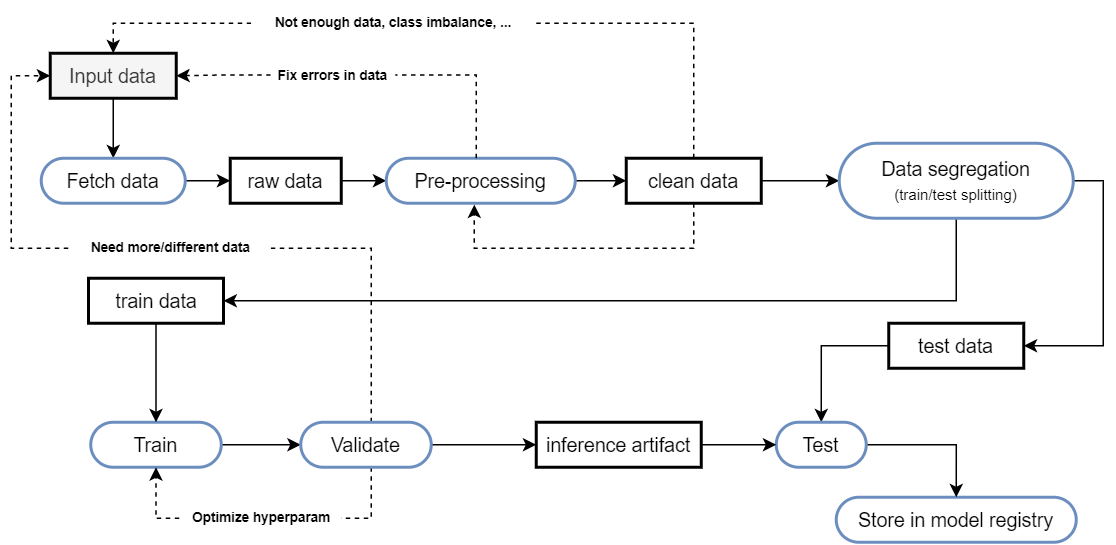
This is images/ml_pipeline_development.png from richardvlas/ML-pipeline-short-term-rental-prices-NYC, a draw.io export, as it was before one commit. Source tidied: cells renumbered, new cells last; positions are measured from the earlier drawing's top-left corner, leaving out a move shared by most shapes. Source of this version:
```xml
<mxGraphModel>
  <root>
    <mxCell id="0" />
    <mxCell id="1" parent="0" />
    <mxCell id="2" style="edgeStyle=orthogonalEdgeStyle;rounded=0;jettySize=auto;html=1;fontSize=13;" parent="1" edge="1" source="3" target="5">
      <mxGeometry relative="1" as="geometry" />
    </mxCell>
    <mxCell id="3" value="&lt;span style=&quot;font-size: 13px;&quot;&gt;Input data&lt;/span&gt;" style="rounded=0;whiteSpace=wrap;html=1;strokeWidth=2;fontSize=13;fillColor=#f5f5f5;strokeColor=#000000;fontColor=#333333;" parent="1" vertex="1">
      <mxGeometry x="26" y="35" width="84" height="30" as="geometry" />
    </mxCell>
    <mxCell id="4" style="edgeStyle=orthogonalEdgeStyle;rounded=0;jettySize=auto;html=1;fontSize=13;" parent="1" edge="1" source="5" target="7">
      <mxGeometry relative="1" as="geometry" />
    </mxCell>
    <mxCell id="5" value="&lt;font style=&quot;font-size: 13px;&quot;&gt;Fetch data&lt;/font&gt;" style="rounded=1;whiteSpace=wrap;html=1;fontSize=13;strokeWidth=2;arcSize=50;fillColor=#FFFFFF;strokeColor=#6c8ebf;shadow=0;" parent="1" vertex="1">
      <mxGeometry x="20" y="105" width="96" height="30" as="geometry" />
    </mxCell>
    <mxCell id="6" style="edgeStyle=orthogonalEdgeStyle;rounded=0;jettySize=auto;html=1;fontSize=13;" parent="1" edge="1" source="7" target="10">
      <mxGeometry relative="1" as="geometry" />
    </mxCell>
    <mxCell id="7" value="&lt;font style=&quot;font-size: 13px;&quot;&gt;raw data&lt;/font&gt;" style="rounded=0;whiteSpace=wrap;html=1;strokeWidth=2;fontSize=13;" parent="1" vertex="1">
      <mxGeometry x="146" y="105" width="74" height="30" as="geometry" />
    </mxCell>
    <mxCell id="8" style="edgeStyle=orthogonalEdgeStyle;rounded=0;jettySize=auto;html=1;fontSize=13;" parent="1" edge="1" source="10" target="14">
      <mxGeometry relative="1" as="geometry" />
    </mxCell>
    <mxCell id="9" style="edgeStyle=orthogonalEdgeStyle;rounded=0;jettySize=auto;html=1;entryX=1;entryY=0.5;entryDx=0;entryDy=0;dashed=1;fontSize=9;startArrow=none;" parent="1" edge="1" source="35" target="3">
      <mxGeometry relative="1" as="geometry" />
    </mxCell>
    <mxCell id="10" value="Pre-processing" style="rounded=1;whiteSpace=wrap;html=1;fontSize=13;strokeWidth=2;arcSize=50;fillColor=#FFFFFF;strokeColor=#6c8ebf;" parent="1" vertex="1">
      <mxGeometry x="250" y="105" width="126" height="30" as="geometry" />
    </mxCell>
    <mxCell id="11" style="edgeStyle=orthogonalEdgeStyle;rounded=0;jettySize=auto;html=1;fontSize=13;" parent="1" edge="1" source="14" target="18">
      <mxGeometry relative="1" as="geometry" />
    </mxCell>
    <mxCell id="12" style="edgeStyle=orthogonalEdgeStyle;rounded=0;jettySize=auto;html=1;entryX=0.466;entryY=1.029;entryDx=0;entryDy=0;entryPerimeter=0;dashed=1;fontSize=9;" parent="1" edge="1" source="14" target="10">
      <mxGeometry relative="1" as="geometry">
        <Array as="points">
          <mxPoint x="455" y="165" />
          <mxPoint x="309" y="165" />
        </Array>
      </mxGeometry>
    </mxCell>
    <mxCell id="13" style="edgeStyle=orthogonalEdgeStyle;rounded=0;jettySize=auto;html=1;entryX=0.5;entryY=0;entryDx=0;entryDy=0;dashed=1;fontSize=9;startArrow=none;" parent="1" edge="1" source="37" target="3">
      <mxGeometry relative="1" as="geometry">
        <Array as="points">
          <mxPoint x="68" y="15" />
        </Array>
      </mxGeometry>
    </mxCell>
    <mxCell id="14" value="&lt;font style=&quot;font-size: 13px;&quot;&gt;clean data&lt;/font&gt;" style="rounded=0;whiteSpace=wrap;html=1;strokeWidth=2;fontSize=13;" parent="1" vertex="1">
      <mxGeometry x="410" y="105" width="90" height="30" as="geometry" />
    </mxCell>
    <mxCell id="15" value="&lt;font style=&quot;font-size: 13px;&quot;&gt;Store in model registry&lt;/font&gt;" style="rounded=1;whiteSpace=wrap;html=1;fontSize=13;strokeWidth=2;arcSize=50;fillColor=none;strokeColor=#6c8ebf;" parent="1" vertex="1">
      <mxGeometry x="550" y="331" width="160" height="30" as="geometry" />
    </mxCell>
    <mxCell id="16" style="edgeStyle=orthogonalEdgeStyle;rounded=0;jettySize=auto;html=1;entryX=1;entryY=0.5;entryDx=0;entryDy=0;fontSize=13;" parent="1" edge="1" source="18" target="26">
      <mxGeometry relative="1" as="geometry">
        <Array as="points">
          <mxPoint x="630" y="200" />
        </Array>
      </mxGeometry>
    </mxCell>
    <mxCell id="17" style="edgeStyle=orthogonalEdgeStyle;rounded=0;jettySize=auto;html=1;entryX=1;entryY=0.5;entryDx=0;entryDy=0;fontSize=13;" parent="1" edge="1" source="18" target="20">
      <mxGeometry relative="1" as="geometry">
        <Array as="points">
          <mxPoint x="728" y="120" />
          <mxPoint x="728" y="230" />
        </Array>
      </mxGeometry>
    </mxCell>
    <mxCell id="18" value="Data segregation&lt;br style=&quot;font-size: 13px&quot;&gt;&lt;font size=&quot;1&quot;&gt;(train/test splitting)&lt;/font&gt;" style="rounded=1;whiteSpace=wrap;html=1;fontSize=13;strokeWidth=2;arcSize=50;fillColor=#FFFFFF;strokeColor=#6c8ebf;" parent="1" vertex="1">
      <mxGeometry x="552" y="95" width="156" height="50" as="geometry" />
    </mxCell>
    <mxCell id="19" style="edgeStyle=orthogonalEdgeStyle;rounded=0;jettySize=auto;html=1;exitX=0;exitY=0.5;exitDx=0;exitDy=0;entryX=0.5;entryY=0;entryDx=0;entryDy=0;fontSize=13;" parent="1" edge="1" source="20" target="22">
      <mxGeometry relative="1" as="geometry" />
    </mxCell>
    <mxCell id="20" value="&lt;font style=&quot;font-size: 13px;&quot;&gt;test data&lt;/font&gt;" style="rounded=0;whiteSpace=wrap;html=1;strokeWidth=2;fontSize=13;" parent="1" vertex="1">
      <mxGeometry x="585" y="215" width="90" height="30" as="geometry" />
    </mxCell>
    <mxCell id="21" style="edgeStyle=orthogonalEdgeStyle;rounded=0;jettySize=auto;html=1;exitX=1;exitY=0.5;exitDx=0;exitDy=0;entryX=0.5;entryY=0;entryDx=0;entryDy=0;fontSize=13;" parent="1" edge="1" source="22" target="15">
      <mxGeometry relative="1" as="geometry" />
    </mxCell>
    <mxCell id="22" value="Test" style="rounded=1;whiteSpace=wrap;html=1;fontSize=13;strokeWidth=2;arcSize=50;fillColor=none;strokeColor=#6c8ebf;" parent="1" vertex="1">
      <mxGeometry x="510" y="281" width="60" height="30" as="geometry" />
    </mxCell>
    <mxCell id="23" style="edgeStyle=orthogonalEdgeStyle;rounded=0;jettySize=auto;html=1;fontSize=13;" parent="1" edge="1" source="24" target="32">
      <mxGeometry relative="1" as="geometry" />
    </mxCell>
    <mxCell id="24" value="&lt;font style=&quot;font-size: 13px;&quot;&gt;Train&lt;/font&gt;" style="rounded=1;whiteSpace=wrap;html=1;fontSize=13;strokeWidth=2;arcSize=50;fillColor=none;strokeColor=#6c8ebf;" parent="1" vertex="1">
      <mxGeometry x="53" y="281" width="87" height="30" as="geometry" />
    </mxCell>
    <mxCell id="25" style="edgeStyle=orthogonalEdgeStyle;rounded=0;jettySize=auto;html=1;entryX=0.5;entryY=0;entryDx=0;entryDy=0;fontSize=13;" parent="1" edge="1" source="26" target="24">
      <mxGeometry relative="1" as="geometry" />
    </mxCell>
    <mxCell id="26" value="&lt;font style=&quot;font-size: 13px;&quot;&gt;train data&lt;/font&gt;" style="rounded=0;whiteSpace=wrap;html=1;strokeWidth=2;fontSize=13;" parent="1" vertex="1">
      <mxGeometry x="51.5" y="185" width="90" height="30" as="geometry" />
    </mxCell>
    <mxCell id="27" style="edgeStyle=orthogonalEdgeStyle;rounded=0;jettySize=auto;html=1;entryX=0;entryY=0.5;entryDx=0;entryDy=0;fontSize=13;" parent="1" edge="1" source="28" target="22">
      <mxGeometry relative="1" as="geometry" />
    </mxCell>
    <mxCell id="28" value="&lt;font style=&quot;font-size: 13px;&quot;&gt;inference artifact&lt;/font&gt;" style="rounded=0;whiteSpace=wrap;html=1;strokeWidth=2;fontSize=13;" parent="1" vertex="1">
      <mxGeometry x="350" y="281" width="110" height="30" as="geometry" />
    </mxCell>
    <mxCell id="29" style="edgeStyle=orthogonalEdgeStyle;rounded=0;jettySize=auto;html=1;fontSize=13;" parent="1" edge="1" source="32" target="28">
      <mxGeometry relative="1" as="geometry" />
    </mxCell>
    <mxCell id="30" style="edgeStyle=orthogonalEdgeStyle;rounded=0;jettySize=auto;html=1;entryX=0.5;entryY=1;entryDx=0;entryDy=0;fontSize=12;dashed=1;" parent="1" edge="1" source="32" target="24">
      <mxGeometry relative="1" as="geometry">
        <Array as="points">
          <mxPoint x="240" y="345" />
          <mxPoint x="97" y="345" />
        </Array>
      </mxGeometry>
    </mxCell>
    <mxCell id="31" style="edgeStyle=orthogonalEdgeStyle;rounded=0;jettySize=auto;html=1;entryX=0;entryY=0.5;entryDx=0;entryDy=0;dashed=1;fontSize=9;" parent="1" edge="1" source="32" target="3">
      <mxGeometry relative="1" as="geometry">
        <Array as="points">
          <mxPoint x="240" y="165" />
          <mxPoint y="165" />
          <mxPoint y="50" />
        </Array>
      </mxGeometry>
    </mxCell>
    <mxCell id="32" value="&lt;font style=&quot;font-size: 13px;&quot;&gt;Validate&lt;/font&gt;" style="rounded=1;whiteSpace=wrap;html=1;fontSize=13;strokeWidth=2;arcSize=50;fillColor=none;strokeColor=#6c8ebf;" parent="1" vertex="1">
      <mxGeometry x="193" y="281" width="87" height="30" as="geometry" />
    </mxCell>
    <mxCell id="33" value="&lt;b&gt;Optimize hyperparam&lt;/b&gt;" style="text;html=1;align=center;verticalAlign=middle;whiteSpace=wrap;rounded=0;fontSize=9;fillColor=default;" parent="1" vertex="1">
      <mxGeometry x="114" y="330" width="106" height="30" as="geometry" />
    </mxCell>
    <mxCell id="34" value="&lt;b&gt;Need more/different data&lt;/b&gt;" style="text;html=1;align=center;verticalAlign=middle;whiteSpace=wrap;rounded=0;fontSize=9;fillColor=default;" parent="1" vertex="1">
      <mxGeometry x="40" y="150" width="133" height="29" as="geometry" />
    </mxCell>
    <mxCell id="35" value="&lt;b&gt;Fix errors in data&lt;/b&gt;" style="text;html=1;align=center;verticalAlign=middle;whiteSpace=wrap;rounded=0;fontSize=9;fillColor=default;" parent="1" vertex="1">
      <mxGeometry x="173" y="35" width="83" height="29" as="geometry" />
    </mxCell>
    <mxCell id="36" style="edgeStyle=orthogonalEdgeStyle;rounded=0;jettySize=auto;html=1;entryX=1;entryY=0.5;entryDx=0;entryDy=0;dashed=1;fontSize=9;endArrow=none;" parent="1" edge="1" source="10" target="35">
      <mxGeometry relative="1" as="geometry">
        <Array as="points">
          <mxPoint x="310" y="50" />
        </Array>
      </mxGeometry>
    </mxCell>
    <mxCell id="37" value="&lt;b&gt;Not enough data, class imbalance, ...&lt;/b&gt;" style="text;html=1;align=center;verticalAlign=middle;whiteSpace=wrap;rounded=0;fontSize=9;fillColor=default;" parent="1" vertex="1">
      <mxGeometry x="160" width="190" height="30" as="geometry" />
    </mxCell>
    <mxCell id="38" style="edgeStyle=orthogonalEdgeStyle;rounded=0;jettySize=auto;html=1;dashed=1;fontSize=9;endArrow=none;" parent="1" edge="1" source="14" target="37">
      <mxGeometry relative="1" as="geometry">
        <Array as="points">
          <mxPoint x="455" y="15" />
        </Array>
      </mxGeometry>
    </mxCell>
  </root>
</mxGraphModel>
```
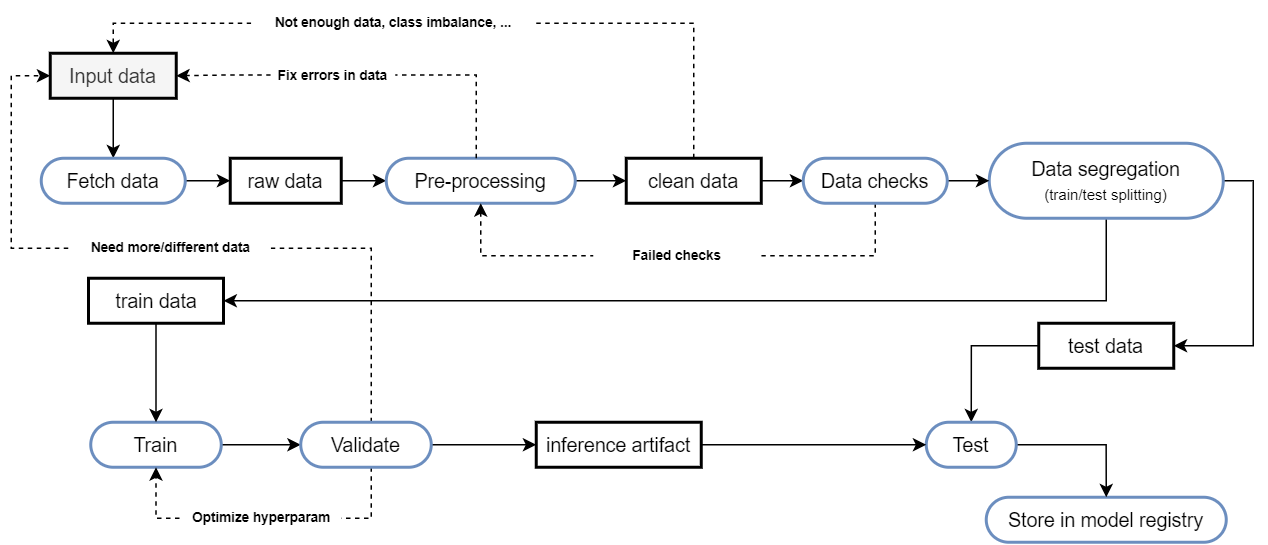
Above is the later version.

What changed in the source:
```diff
@@ -29,17 +29,6 @@
     <mxCell id="10" value="Pre-processing" style="rounded=1;whiteSpace=wrap;html=1;fontSize=13;strokeWidth=2;arcSize=50;fillColor=#FFFFFF;strokeColor=#6c8ebf;" parent="1" vertex="1">
       <mxGeometry x="250" y="105" width="126" height="30" as="geometry" />
     </mxCell>
-    <mxCell id="11" style="edgeStyle=orthogonalEdgeStyle;rounded=0;jettySize=auto;html=1;fontSize=13;" parent="1" edge="1" source="14" target="18">
-      <mxGeometry relative="1" as="geometry" />
-    </mxCell>
-    <mxCell id="12" style="edgeStyle=orthogonalEdgeStyle;rounded=0;jettySize=auto;html=1;entryX=0.466;entryY=1.029;entryDx=0;entryDy=0;entryPerimeter=0;dashed=1;fontSize=9;" parent="1" edge="1" source="14" target="10">
-      <mxGeometry relative="1" as="geometry">
-        <Array as="points">
-          <mxPoint x="455" y="165" />
-          <mxPoint x="309" y="165" />
-        </Array>
-      </mxGeometry>
-    </mxCell>
     <mxCell id="13" style="edgeStyle=orthogonalEdgeStyle;rounded=0;jettySize=auto;html=1;entryX=0.5;entryY=0;entryDx=0;entryDy=0;dashed=1;fontSize=9;startArrow=none;" parent="1" edge="1" source="37" target="3">
       <mxGeometry relative="1" as="geometry">
         <Array as="points">
@@ -47,41 +36,44 @@
         </Array>
       </mxGeometry>
     </mxCell>
+    <mxCell id="39" style="edgeStyle=orthogonalEdgeStyle;rounded=0;jettySize=auto;html=1;" parent="1" edge="1" source="14" target="42">
+      <mxGeometry relative="1" as="geometry" />
+    </mxCell>
     <mxCell id="14" value="&lt;font style=&quot;font-size: 13px;&quot;&gt;clean data&lt;/font&gt;" style="rounded=0;whiteSpace=wrap;html=1;strokeWidth=2;fontSize=13;" parent="1" vertex="1">
       <mxGeometry x="410" y="105" width="90" height="30" as="geometry" />
     </mxCell>
     <mxCell id="15" value="&lt;font style=&quot;font-size: 13px;&quot;&gt;Store in model registry&lt;/font&gt;" style="rounded=1;whiteSpace=wrap;html=1;fontSize=13;strokeWidth=2;arcSize=50;fillColor=none;strokeColor=#6c8ebf;" parent="1" vertex="1">
-      <mxGeometry x="550" y="331" width="160" height="30" as="geometry" />
+      <mxGeometry x="650" y="331" width="160" height="30" as="geometry" />
     </mxCell>
     <mxCell id="16" style="edgeStyle=orthogonalEdgeStyle;rounded=0;jettySize=auto;html=1;entryX=1;entryY=0.5;entryDx=0;entryDy=0;fontSize=13;" parent="1" edge="1" source="18" target="26">
       <mxGeometry relative="1" as="geometry">
         <Array as="points">
-          <mxPoint x="630" y="200" />
+          <mxPoint x="730" y="200" />
         </Array>
       </mxGeometry>
     </mxCell>
     <mxCell id="17" style="edgeStyle=orthogonalEdgeStyle;rounded=0;jettySize=auto;html=1;entryX=1;entryY=0.5;entryDx=0;entryDy=0;fontSize=13;" parent="1" edge="1" source="18" target="20">
       <mxGeometry relative="1" as="geometry">
         <Array as="points">
-          <mxPoint x="728" y="120" />
-          <mxPoint x="728" y="230" />
+          <mxPoint x="828" y="120" />
+          <mxPoint x="828" y="230" />
         </Array>
       </mxGeometry>
     </mxCell>
     <mxCell id="18" value="Data segregation&lt;br style=&quot;font-size: 13px&quot;&gt;&lt;font size=&quot;1&quot;&gt;(train/test splitting)&lt;/font&gt;" style="rounded=1;whiteSpace=wrap;html=1;fontSize=13;strokeWidth=2;arcSize=50;fillColor=#FFFFFF;strokeColor=#6c8ebf;" parent="1" vertex="1">
-      <mxGeometry x="552" y="95" width="156" height="50" as="geometry" />
+      <mxGeometry x="652" y="95" width="156" height="50" as="geometry" />
     </mxCell>
     <mxCell id="19" style="edgeStyle=orthogonalEdgeStyle;rounded=0;jettySize=auto;html=1;exitX=0;exitY=0.5;exitDx=0;exitDy=0;entryX=0.5;entryY=0;entryDx=0;entryDy=0;fontSize=13;" parent="1" edge="1" source="20" target="22">
       <mxGeometry relative="1" as="geometry" />
     </mxCell>
     <mxCell id="20" value="&lt;font style=&quot;font-size: 13px;&quot;&gt;test data&lt;/font&gt;" style="rounded=0;whiteSpace=wrap;html=1;strokeWidth=2;fontSize=13;" parent="1" vertex="1">
-      <mxGeometry x="585" y="215" width="90" height="30" as="geometry" />
+      <mxGeometry x="685" y="215" width="90" height="30" as="geometry" />
     </mxCell>
     <mxCell id="21" style="edgeStyle=orthogonalEdgeStyle;rounded=0;jettySize=auto;html=1;exitX=1;exitY=0.5;exitDx=0;exitDy=0;entryX=0.5;entryY=0;entryDx=0;entryDy=0;fontSize=13;" parent="1" edge="1" source="22" target="15">
       <mxGeometry relative="1" as="geometry" />
     </mxCell>
     <mxCell id="22" value="Test" style="rounded=1;whiteSpace=wrap;html=1;fontSize=13;strokeWidth=2;arcSize=50;fillColor=none;strokeColor=#6c8ebf;" parent="1" vertex="1">
-      <mxGeometry x="510" y="281" width="60" height="30" as="geometry" />
+      <mxGeometry x="610" y="281" width="60" height="30" as="geometry" />
     </mxCell>
     <mxCell id="23" style="edgeStyle=orthogonalEdgeStyle;rounded=0;jettySize=auto;html=1;fontSize=13;" parent="1" edge="1" source="24" target="32">
       <mxGeometry relative="1" as="geometry" />
@@ -150,5 +142,22 @@
         </Array>
       </mxGeometry>
     </mxCell>
+    <mxCell id="40" style="edgeStyle=orthogonalEdgeStyle;rounded=0;jettySize=auto;html=1;" parent="1" edge="1" source="42" target="18">
+      <mxGeometry relative="1" as="geometry" />
+    </mxCell>
+    <mxCell id="41" style="edgeStyle=orthogonalEdgeStyle;rounded=0;jettySize=auto;html=1;exitX=0.5;exitY=1;exitDx=0;exitDy=0;entryX=0.5;entryY=1;entryDx=0;entryDy=0;dashed=1;" parent="1" edge="1" source="42" target="10">
+      <mxGeometry relative="1" as="geometry">
+        <Array as="points">
+          <mxPoint x="576" y="170" />
+          <mxPoint x="313" y="170" />
+        </Array>
+      </mxGeometry>
+    </mxCell>
+    <mxCell id="42" value="Data checks" style="rounded=1;whiteSpace=wrap;html=1;fontSize=13;strokeWidth=2;arcSize=50;fillColor=#FFFFFF;strokeColor=#6c8ebf;" parent="1" vertex="1">
+      <mxGeometry x="528" y="105" width="96" height="30" as="geometry" />
+    </mxCell>
+    <mxCell id="43" value="&lt;b&gt;Failed checks&lt;/b&gt;" style="text;html=1;align=center;verticalAlign=middle;whiteSpace=wrap;rounded=0;fontSize=9;fillColor=default;" parent="1" vertex="1">
+      <mxGeometry x="388" y="155" width="112" height="29" as="geometry" />
+    </mxCell>
   </root>
 </mxGraphModel>
```
